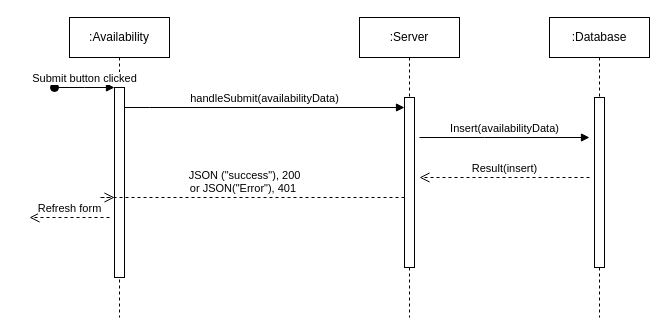
This is CancelAppointmentDiagram.drawio from azukailonzo/azukailonzo, a draw.io file, before an edit. Source tidied: cells renumbered, new cells numbered last; positions are measured from the earlier drawing's top-left corner, leaving out a move shared by most shapes. Both pictures are drawn from the tidied source at 100%, with x=0, y=0 at pixel (29, 17).
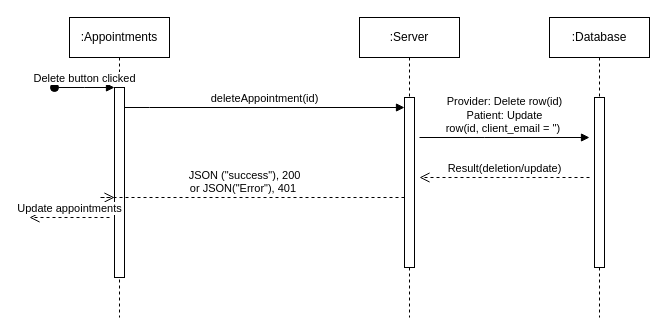
The same diagram, later.

Unchanged cells that the change refers to:
```xml
<mxCell id="3" style="html=1;points=[];perimeter=orthogonalPerimeter;outlineConnect=0;targetShapes=umlLifeline;portConstraint=eastwest;newEdgeStyle={&quot;edgeStyle&quot;:&quot;elbowEdgeStyle&quot;,&quot;elbow&quot;:&quot;vertical&quot;,&quot;curved&quot;:0,&quot;rounded&quot;:0};" parent="2" vertex="1">
  <mxGeometry x="45" y="70" width="10" height="190" as="geometry" />
</mxCell>
<mxCell id="6" style="html=1;points=[];perimeter=orthogonalPerimeter;outlineConnect=0;targetShapes=umlLifeline;portConstraint=eastwest;newEdgeStyle={&quot;edgeStyle&quot;:&quot;elbowEdgeStyle&quot;,&quot;elbow&quot;:&quot;vertical&quot;,&quot;curved&quot;:0,&quot;rounded&quot;:0};" parent="5" vertex="1">
  <mxGeometry x="45" y="80" width="10" height="170" as="geometry" />
</mxCell>
```

What changed in the source:
```diff
@@
-    <mxCell id="2" value=":Availability" style="shape=umlLifeline;perimeter=lifelinePerimeter;whiteSpace=wrap;html=1;newEdgeStyle={&quot;edgeStyle&quot;:&quot;elbowEdgeStyle&quot;,&quot;elbow&quot;:&quot;vertical&quot;,&quot;curved&quot;:0,&quot;rounded&quot;:0};" parent="1" vertex="1">
+    <mxCell id="2" value=":Appointments" style="shape=umlLifeline;perimeter=lifelinePerimeter;whiteSpace=wrap;html=1;newEdgeStyle={&quot;edgeStyle&quot;:&quot;elbowEdgeStyle&quot;,&quot;elbow&quot;:&quot;vertical&quot;,&quot;curved&quot;:0,&quot;rounded&quot;:0};" parent="1" vertex="1">
       <mxGeometry x="40" width="100" height="300" as="geometry" />
     </mxCell>
@@
-    <mxCell id="4" value="Submit button clicked" style="html=1;verticalAlign=bottom;startArrow=oval;endArrow=block;startSize=8;edgeStyle=elbowEdgeStyle;elbow=vertical;curved=0;rounded=0;" parent="2" edge="1" target="3">
+    <mxCell id="4" value="Delete button clicked" style="html=1;verticalAlign=bottom;startArrow=oval;endArrow=block;startSize=8;edgeStyle=elbowEdgeStyle;elbow=vertical;curved=0;rounded=0;" parent="2" edge="1" target="3">
       <mxGeometry relative="1" as="geometry">
         <mxPoint x="-15" y="70" as="sourcePoint" />
       </mxGeometry>
     </mxCell>
@@
-    <mxCell id="7" value="handleSubmit(availabilityData)" style="html=1;verticalAlign=bottom;endArrow=block;edgeStyle=elbowEdgeStyle;elbow=vertical;curved=0;rounded=0;" parent="1" edge="1" source="3" target="6">
+    <mxCell id="7" value="deleteAppointment(id)" style="html=1;verticalAlign=bottom;endArrow=block;edgeStyle=elbowEdgeStyle;elbow=vertical;curved=0;rounded=0;" parent="1" edge="1" source="3" target="6">
       <mxGeometry relative="1" as="geometry">
         <Array as="points">
           <mxPoint x="120" y="90" />
           <mxPoint x="60" y="120" />
           <mxPoint x="80" y="80" />
         </Array>
       </mxGeometry>
     </mxCell>
@@
-    <mxCell id="11" value="Insert(availabilityData)" style="html=1;verticalAlign=bottom;endArrow=block;edgeStyle=elbowEdgeStyle;elbow=vertical;curved=0;rounded=0;" parent="1" edge="1">
+    <mxCell id="11" value="&lt;font style=&quot;font-size: 11px;&quot;&gt;Provider: Delete row(id)&lt;br&gt;Patient: Update &lt;br&gt;row(id, client_email = '')&amp;nbsp;&lt;/font&gt;" style="html=1;verticalAlign=bottom;endArrow=block;edgeStyle=elbowEdgeStyle;elbow=vertical;curved=0;rounded=0;" parent="1" edge="1">
       <mxGeometry relative="1" as="geometry">
         <mxPoint x="390" y="120" as="sourcePoint" />
         <mxPoint x="560" y="120" as="targetPoint" />
         <Array as="points">
           <mxPoint x="455" y="120" />
           <mxPoint x="475" y="80" />
         </Array>
       </mxGeometry>
     </mxCell>
-    <mxCell id="12" value="Result(insert)" style="html=1;verticalAlign=bottom;endArrow=open;dashed=1;endSize=8;edgeStyle=elbowEdgeStyle;elbow=vertical;curved=0;rounded=0;" parent="1" edge="1">
+    <mxCell id="12" value="Result(deletion/update)" style="html=1;verticalAlign=bottom;endArrow=open;dashed=1;endSize=8;edgeStyle=elbowEdgeStyle;elbow=vertical;curved=0;rounded=0;" parent="1" edge="1">
       <mxGeometry relative="1" as="geometry">
         <mxPoint x="560" y="160" as="sourcePoint" />
         <mxPoint x="390" y="160" as="targetPoint" />
         <Array as="points">
           <mxPoint x="465" y="160" />
           <mxPoint x="485" y="220" />
         </Array>
       </mxGeometry>
     </mxCell>
-    <mxCell id="13" value="Refresh form" style="html=1;verticalAlign=bottom;endArrow=open;dashed=1;endSize=8;edgeStyle=elbowEdgeStyle;elbow=vertical;curved=0;rounded=0;" parent="1" edge="1">
+    <mxCell id="13" value="Update appointments" style="html=1;verticalAlign=bottom;endArrow=open;dashed=1;endSize=8;edgeStyle=elbowEdgeStyle;elbow=vertical;curved=0;rounded=0;" parent="1" edge="1">
       <mxGeometry relative="1" as="geometry">
         <mxPoint x="80" y="200" as="sourcePoint" />
         <mxPoint y="200" as="targetPoint" />
       </mxGeometry>
     </mxCell>
```
